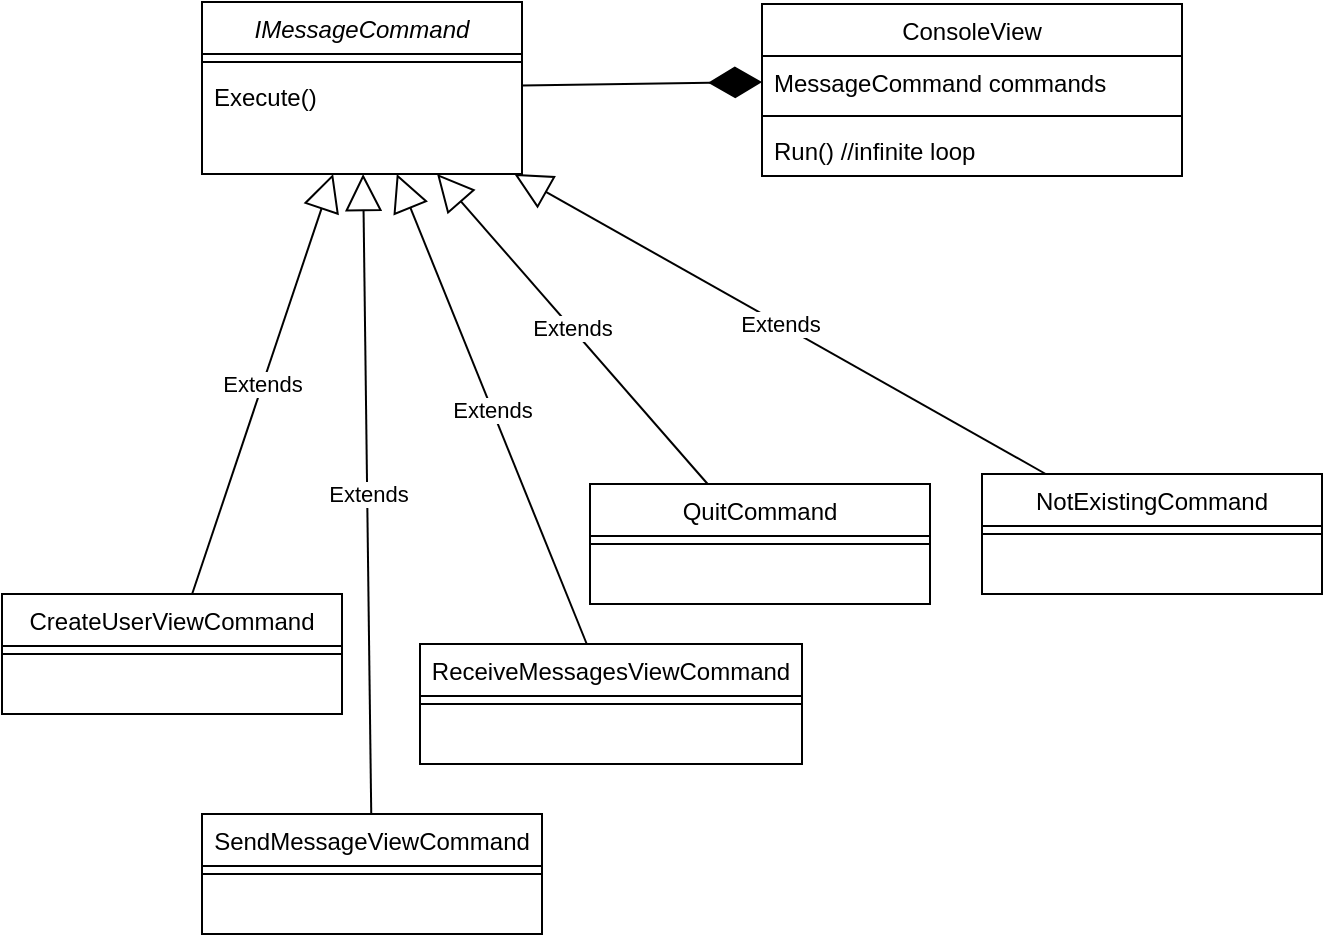
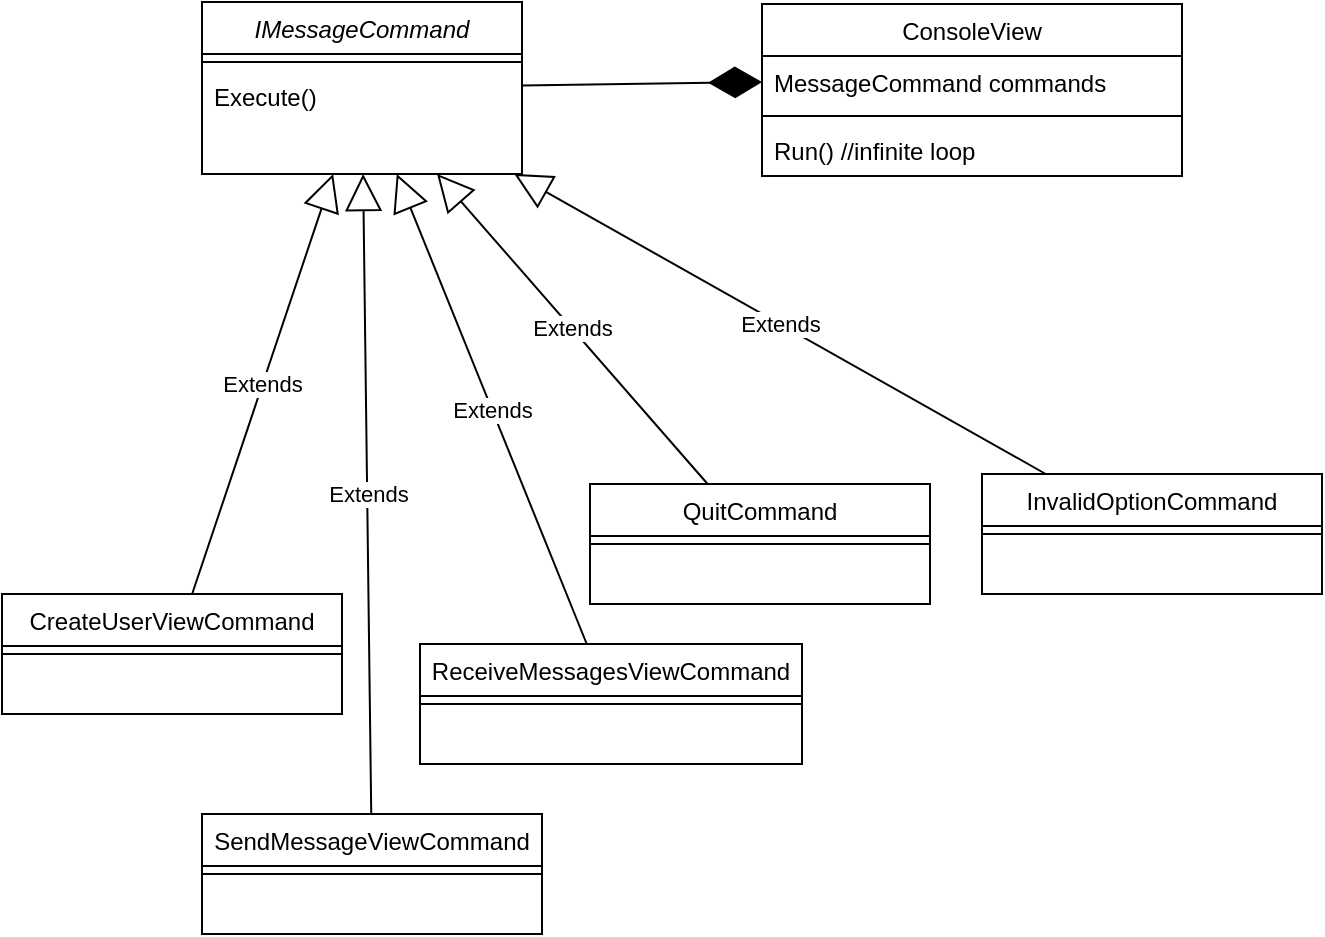
<mxfile host="app.diagrams.net">
  <diagram id="C5RBs43oDa-KdzZeNtuy" name="Page-1">
    <mxGraphModel dx="1414" dy="743" grid="1" gridSize="10" guides="1" tooltips="1" connect="1" arrows="1" fold="1" page="1" pageScale="1" pageWidth="827" pageHeight="1169" math="0" shadow="0">
      <root>
        <mxCell id="WIyWlLk6GJQsqaUBKTNV-0" />
        <mxCell id="WIyWlLk6GJQsqaUBKTNV-1" parent="WIyWlLk6GJQsqaUBKTNV-0" />
        <mxCell id="tuTL7WdIvHT7nZa6elIh-0" parent="WIyWlLk6GJQsqaUBKTNV-1" style="swimlane;fontStyle=0;align=center;verticalAlign=top;childLayout=stackLayout;horizontal=1;startSize=26;horizontalStack=0;resizeParent=1;resizeLast=0;collapsible=1;marginBottom=0;rounded=0;shadow=0;strokeWidth=1;" value="ConsoleView" vertex="1">
          <mxGeometry height="86" width="210" x="500" y="260" as="geometry">
            <mxRectangle height="26" width="160" x="230" y="140" as="alternateBounds" />
          </mxGeometry>
        </mxCell>
        <mxCell id="tuTL7WdIvHT7nZa6elIh-1" parent="tuTL7WdIvHT7nZa6elIh-0" style="text;align=left;verticalAlign=top;spacingLeft=4;spacingRight=4;overflow=hidden;rotatable=0;points=[[0,0.5],[1,0.5]];portConstraint=eastwest;" value="MessageCommand commands" vertex="1">
          <mxGeometry height="26" width="210" y="26" as="geometry" />
        </mxCell>
        <mxCell id="tuTL7WdIvHT7nZa6elIh-2" parent="tuTL7WdIvHT7nZa6elIh-0" style="line;html=1;strokeWidth=1;align=left;verticalAlign=middle;spacingTop=-1;spacingLeft=3;spacingRight=3;rotatable=0;labelPosition=right;points=[];portConstraint=eastwest;" value="" vertex="1">
          <mxGeometry height="8" width="210" y="52" as="geometry" />
        </mxCell>
        <mxCell id="tuTL7WdIvHT7nZa6elIh-3" parent="tuTL7WdIvHT7nZa6elIh-0" style="text;align=left;verticalAlign=top;spacingLeft=4;spacingRight=4;overflow=hidden;rotatable=0;points=[[0,0.5],[1,0.5]];portConstraint=eastwest;" value="Run() //infinite loop" vertex="1">
          <mxGeometry height="26" width="210" y="60" as="geometry" />
        </mxCell>
        <mxCell id="tuTL7WdIvHT7nZa6elIh-4" parent="WIyWlLk6GJQsqaUBKTNV-1" style="swimlane;fontStyle=2;align=center;verticalAlign=top;childLayout=stackLayout;horizontal=1;startSize=26;horizontalStack=0;resizeParent=1;resizeLast=0;collapsible=1;marginBottom=0;rounded=0;shadow=0;strokeWidth=1;" value="IMessageCommand" vertex="1">
          <mxGeometry height="86" width="160" x="220" y="259" as="geometry">
            <mxRectangle height="26" width="160" x="230" y="140" as="alternateBounds" />
          </mxGeometry>
        </mxCell>
        <mxCell id="tuTL7WdIvHT7nZa6elIh-6" parent="tuTL7WdIvHT7nZa6elIh-4" style="line;html=1;strokeWidth=1;align=left;verticalAlign=middle;spacingTop=-1;spacingLeft=3;spacingRight=3;rotatable=0;labelPosition=right;points=[];portConstraint=eastwest;" value="" vertex="1">
          <mxGeometry height="8" width="160" y="26" as="geometry" />
        </mxCell>
        <mxCell id="tuTL7WdIvHT7nZa6elIh-10" parent="tuTL7WdIvHT7nZa6elIh-4" style="text;align=left;verticalAlign=top;spacingLeft=4;spacingRight=4;overflow=hidden;rotatable=0;points=[[0,0.5],[1,0.5]];portConstraint=eastwest;" value="Execute()" vertex="1">
          <mxGeometry height="26" width="160" y="34" as="geometry" />
        </mxCell>
        <mxCell id="tuTL7WdIvHT7nZa6elIh-7" edge="1" parent="WIyWlLk6GJQsqaUBKTNV-1" source="tuTL7WdIvHT7nZa6elIh-4" style="endArrow=diamondThin;endFill=1;endSize=24;html=1;rounded=0;entryX=0;entryY=0.5;entryDx=0;entryDy=0;" target="tuTL7WdIvHT7nZa6elIh-1" value="">
          <mxGeometry relative="1" width="160" as="geometry">
            <mxPoint x="330" y="450" as="sourcePoint" />
            <mxPoint x="490" y="450" as="targetPoint" />
          </mxGeometry>
        </mxCell>
        <mxCell id="tuTL7WdIvHT7nZa6elIh-8" edge="1" parent="WIyWlLk6GJQsqaUBKTNV-1" source="tuTL7WdIvHT7nZa6elIh-11" style="endArrow=block;endSize=16;endFill=0;html=1;rounded=0;" target="tuTL7WdIvHT7nZa6elIh-4" value="Extends">
          <mxGeometry relative="1" width="160" as="geometry">
            <mxPoint x="300" y="450" as="sourcePoint" />
            <mxPoint x="400" y="500" as="targetPoint" />
          </mxGeometry>
        </mxCell>
        <mxCell id="tuTL7WdIvHT7nZa6elIh-11" parent="WIyWlLk6GJQsqaUBKTNV-1" style="swimlane;fontStyle=0;align=center;verticalAlign=top;childLayout=stackLayout;horizontal=1;startSize=26;horizontalStack=0;resizeParent=1;resizeLast=0;collapsible=1;marginBottom=0;rounded=0;shadow=0;strokeWidth=1;" value="CreateUserViewCommand" vertex="1">
          <mxGeometry height="60" width="170" x="120" y="555" as="geometry">
            <mxRectangle height="26" width="160" x="230" y="140" as="alternateBounds" />
          </mxGeometry>
        </mxCell>
        <mxCell id="tuTL7WdIvHT7nZa6elIh-13" parent="tuTL7WdIvHT7nZa6elIh-11" style="line;html=1;strokeWidth=1;align=left;verticalAlign=middle;spacingTop=-1;spacingLeft=3;spacingRight=3;rotatable=0;labelPosition=right;points=[];portConstraint=eastwest;" value="" vertex="1">
          <mxGeometry height="8" width="170" y="26" as="geometry" />
        </mxCell>
        <mxCell id="tuTL7WdIvHT7nZa6elIh-15" edge="1" parent="WIyWlLk6GJQsqaUBKTNV-1" source="tuTL7WdIvHT7nZa6elIh-16" style="endArrow=block;endSize=16;endFill=0;html=1;rounded=0;" target="tuTL7WdIvHT7nZa6elIh-4" value="Extends">
          <mxGeometry relative="1" width="160" as="geometry">
            <mxPoint x="450" y="615" as="sourcePoint" />
            <mxPoint x="423" y="510" as="targetPoint" />
          </mxGeometry>
        </mxCell>
        <mxCell id="tuTL7WdIvHT7nZa6elIh-16" parent="WIyWlLk6GJQsqaUBKTNV-1" style="swimlane;fontStyle=0;align=center;verticalAlign=top;childLayout=stackLayout;horizontal=1;startSize=26;horizontalStack=0;resizeParent=1;resizeLast=0;collapsible=1;marginBottom=0;rounded=0;shadow=0;strokeWidth=1;" value="SendMessageViewCommand" vertex="1">
          <mxGeometry height="60" width="170" x="220" y="665" as="geometry">
            <mxRectangle height="26" width="160" x="230" y="140" as="alternateBounds" />
          </mxGeometry>
        </mxCell>
        <mxCell id="tuTL7WdIvHT7nZa6elIh-17" parent="tuTL7WdIvHT7nZa6elIh-16" style="line;html=1;strokeWidth=1;align=left;verticalAlign=middle;spacingTop=-1;spacingLeft=3;spacingRight=3;rotatable=0;labelPosition=right;points=[];portConstraint=eastwest;" value="" vertex="1">
          <mxGeometry height="8" width="170" y="26" as="geometry" />
        </mxCell>
        <mxCell id="tuTL7WdIvHT7nZa6elIh-18" edge="1" parent="WIyWlLk6GJQsqaUBKTNV-1" source="tuTL7WdIvHT7nZa6elIh-19" style="endArrow=block;endSize=16;endFill=0;html=1;rounded=0;" target="tuTL7WdIvHT7nZa6elIh-4" value="Extends">
          <mxGeometry relative="1" width="160" as="geometry">
            <mxPoint x="720" y="735" as="sourcePoint" />
            <mxPoint x="693" y="630" as="targetPoint" />
          </mxGeometry>
        </mxCell>
        <mxCell id="tuTL7WdIvHT7nZa6elIh-19" parent="WIyWlLk6GJQsqaUBKTNV-1" style="swimlane;fontStyle=0;align=center;verticalAlign=top;childLayout=stackLayout;horizontal=1;startSize=26;horizontalStack=0;resizeParent=1;resizeLast=0;collapsible=1;marginBottom=0;rounded=0;shadow=0;strokeWidth=1;" value="QuitCommand" vertex="1">
          <mxGeometry height="60" width="170" x="414" y="500" as="geometry">
            <mxRectangle height="26" width="160" x="230" y="140" as="alternateBounds" />
          </mxGeometry>
        </mxCell>
        <mxCell id="tuTL7WdIvHT7nZa6elIh-20" parent="tuTL7WdIvHT7nZa6elIh-19" style="line;html=1;strokeWidth=1;align=left;verticalAlign=middle;spacingTop=-1;spacingLeft=3;spacingRight=3;rotatable=0;labelPosition=right;points=[];portConstraint=eastwest;" value="" vertex="1">
          <mxGeometry height="8" width="170" y="26" as="geometry" />
        </mxCell>
        <mxCell id="tuTL7WdIvHT7nZa6elIh-21" edge="1" parent="WIyWlLk6GJQsqaUBKTNV-1" source="tuTL7WdIvHT7nZa6elIh-22" style="endArrow=block;endSize=16;endFill=0;html=1;rounded=0;" target="tuTL7WdIvHT7nZa6elIh-4" value="Extends">
          <mxGeometry relative="1" width="160" as="geometry">
            <mxPoint x="644" y="535" as="sourcePoint" />
            <mxPoint x="617" y="430" as="targetPoint" />
          </mxGeometry>
        </mxCell>
        <mxCell id="tuTL7WdIvHT7nZa6elIh-22" parent="WIyWlLk6GJQsqaUBKTNV-1" style="swimlane;fontStyle=0;align=center;verticalAlign=top;childLayout=stackLayout;horizontal=1;startSize=26;horizontalStack=0;resizeParent=1;resizeLast=0;collapsible=1;marginBottom=0;rounded=0;shadow=0;strokeWidth=1;" value="ReceiveMessagesViewCommand" vertex="1">
          <mxGeometry height="60" width="191" x="329" y="580" as="geometry">
            <mxRectangle height="26" width="160" x="230" y="140" as="alternateBounds" />
          </mxGeometry>
        </mxCell>
        <mxCell id="tuTL7WdIvHT7nZa6elIh-23" parent="tuTL7WdIvHT7nZa6elIh-22" style="line;html=1;strokeWidth=1;align=left;verticalAlign=middle;spacingTop=-1;spacingLeft=3;spacingRight=3;rotatable=0;labelPosition=right;points=[];portConstraint=eastwest;" value="" vertex="1">
          <mxGeometry height="8" width="191" y="26" as="geometry" />
        </mxCell>
-         <mxCell id="WsFJpQ0iWdgZuaLnBGSX-0" parent="WIyWlLk6GJQsqaUBKTNV-1" style="swimlane;fontStyle=0;align=center;verticalAlign=top;childLayout=stackLayout;horizontal=1;startSize=26;horizontalStack=0;resizeParent=1;resizeLast=0;collapsible=1;marginBottom=0;rounded=0;shadow=0;strokeWidth=1;" value="NotExistingCommand" vertex="1">
+         <mxCell id="WsFJpQ0iWdgZuaLnBGSX-0" parent="WIyWlLk6GJQsqaUBKTNV-1" style="swimlane;fontStyle=0;align=center;verticalAlign=top;childLayout=stackLayout;horizontal=1;startSize=26;horizontalStack=0;resizeParent=1;resizeLast=0;collapsible=1;marginBottom=0;rounded=0;shadow=0;strokeWidth=1;" value="InvalidOptionCommand" vertex="1">
          <mxGeometry height="60" width="170" x="610" y="495" as="geometry">
            <mxRectangle height="26" width="160" x="230" y="140" as="alternateBounds" />
          </mxGeometry>
        </mxCell>
        <mxCell id="WsFJpQ0iWdgZuaLnBGSX-1" parent="WsFJpQ0iWdgZuaLnBGSX-0" style="line;html=1;strokeWidth=1;align=left;verticalAlign=middle;spacingTop=-1;spacingLeft=3;spacingRight=3;rotatable=0;labelPosition=right;points=[];portConstraint=eastwest;" value="" vertex="1">
          <mxGeometry height="8" width="170" y="26" as="geometry" />
        </mxCell>
        <mxCell id="WsFJpQ0iWdgZuaLnBGSX-2" edge="1" parent="WIyWlLk6GJQsqaUBKTNV-1" source="WsFJpQ0iWdgZuaLnBGSX-0" style="endArrow=block;endSize=16;endFill=0;html=1;rounded=0;" target="tuTL7WdIvHT7nZa6elIh-4" value="Extends">
          <mxGeometry relative="1" width="160" as="geometry">
            <mxPoint x="625" y="595" as="sourcePoint" />
            <mxPoint x="490" y="440" as="targetPoint" />
          </mxGeometry>
        </mxCell>
      </root>
    </mxGraphModel>
  </diagram>
</mxfile>
